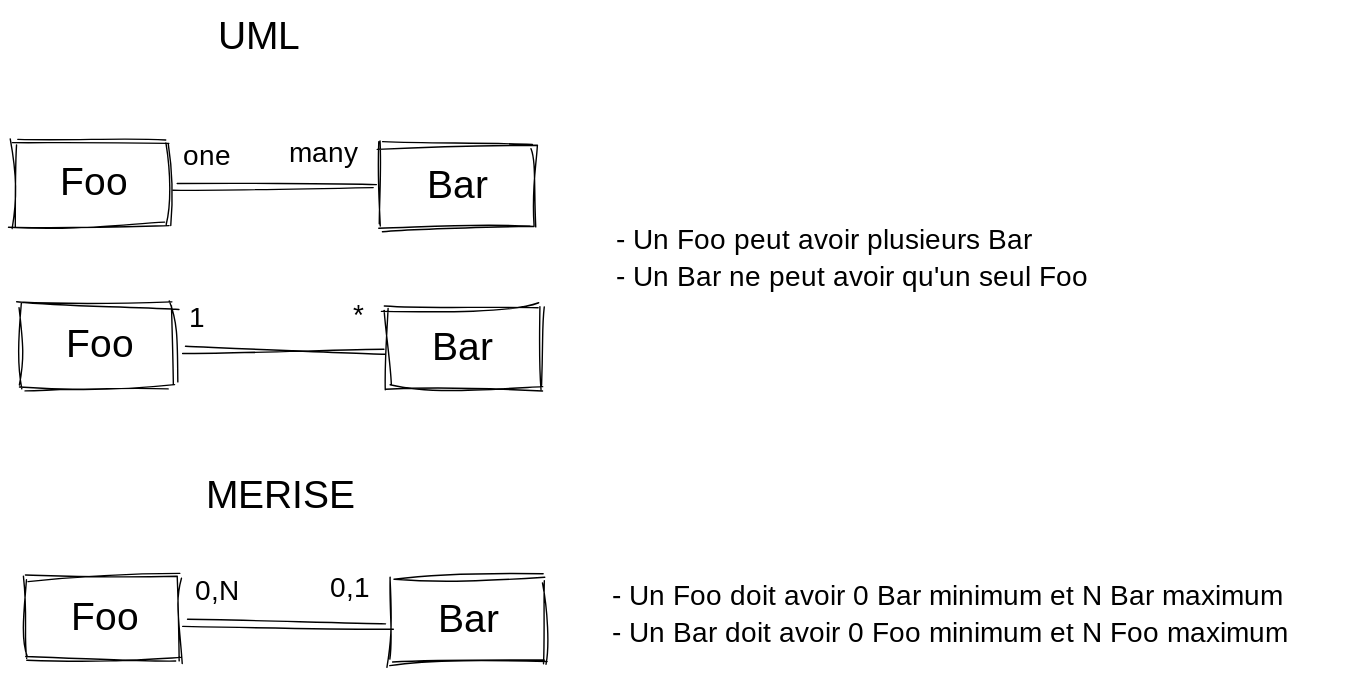
Earlier version of the Excalidraw export img/relation-one-to-many.svg (jibundeyare/cours). Source tidied: one line per element, renumbered; positions are measured from the earlier drawing's top-left corner, leaving out a move shared by most shapes.
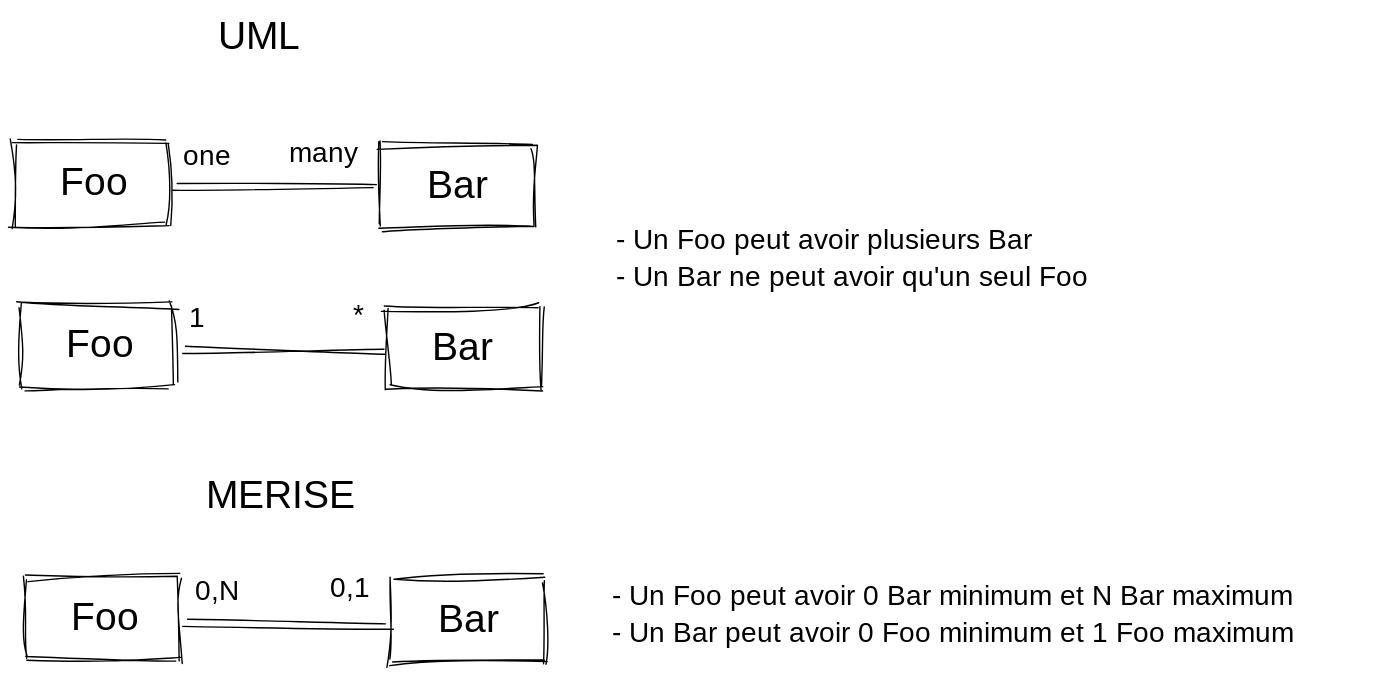
Later version of the same file.

The edit, as a diff of the source:
```diff
@@ -22,4 +22,4 @@
 {"id": 21, "type": "text", "text": "UML", "strokeColor": "#000000", "strokeWidth": 1, "roughness": 2, "fontSize": 28, "fontFamily": 1, "x": 146, "y": 0, "width": 59, "height": 36}
 {"id": 22, "type": "text", "text": "MERISE", "strokeColor": "#000000", "strokeWidth": 1, "roughness": 2, "fontSize": 28, "fontFamily": 1, "x": 138, "y": 328, "width": 111, "height": 36}
 {"id": 23, "type": "text", "text": "- Un Foo peut avoir plusieurs Bar\n- Un Bar ne peut avoir qu'un seul Foo", "strokeColor": "#000000", "strokeWidth": 1, "roughness": 2, "fontSize": 20, "fontFamily": 1, "x": 430, "y": 150, "width": 381, "height": 52}
-{"id": 24, "type": "text", "text": "- Un Foo doit avoir 0 Bar minimum et N Bar maximum\n- Un Bar doit avoir 0 Foo minimum et N Foo maximum", "strokeColor": "#000000", "strokeWidth": 1, "roughness": 2, "fontSize": 20, "fontFamily": 1, "x": 427, "y": 404, "width": 529, "height": 52}
+{"id": 24, "type": "text", "text": "- Un Foo peut avoir 0 Bar minimum et N Bar maximum\n- Un Bar peut avoir 0 Foo minimum et 1 Foo maximum", "strokeColor": "#000000", "strokeWidth": 1, "roughness": 2, "fontSize": 20, "fontFamily": 1, "x": 427, "y": 404, "width": 534, "height": 52}
```
